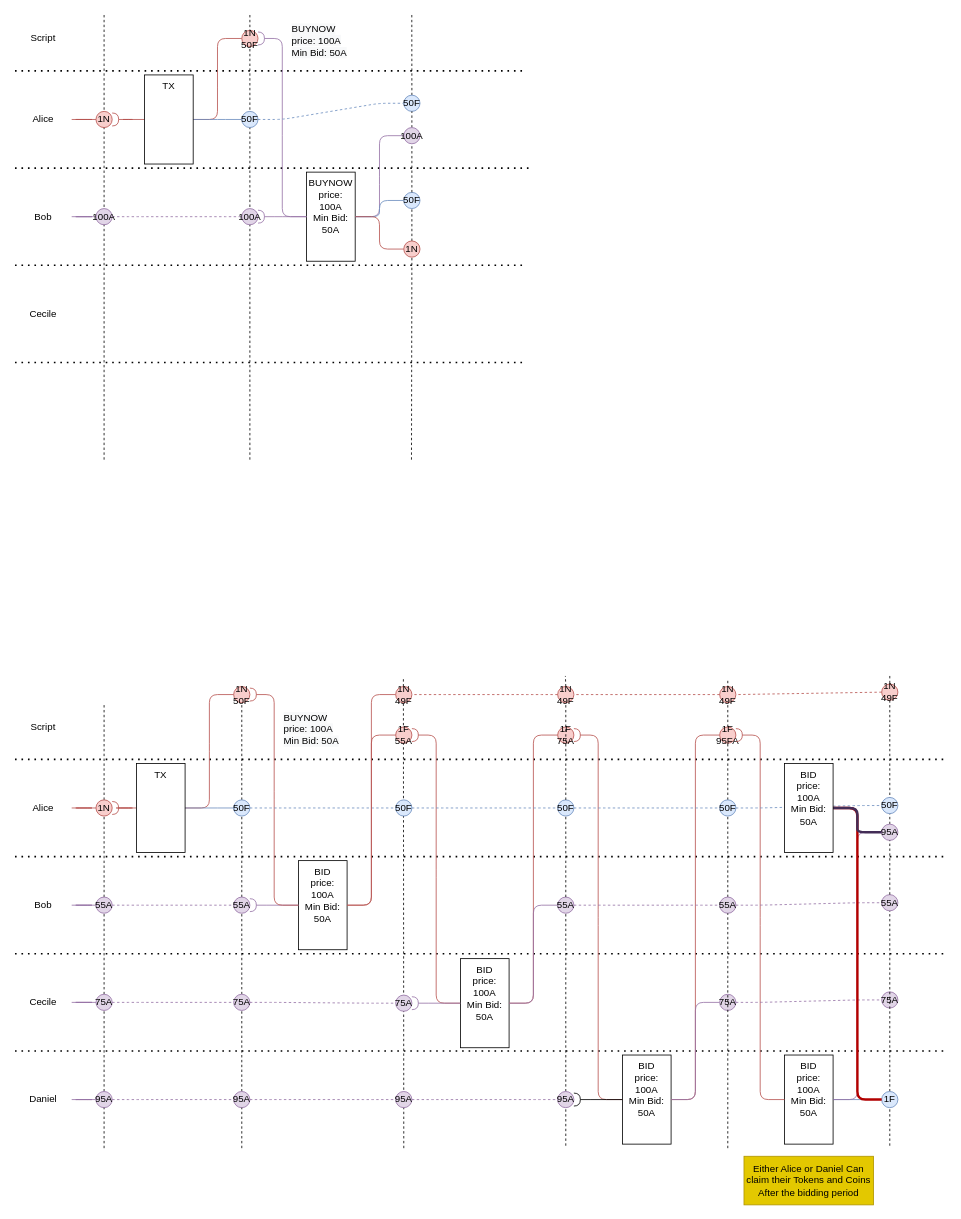
Above: diagrams/AuctionExample.drawio in ilap/ShelleyStuffs (draw.io), before the change. Source tidied: cells renumbered, new cells numbered last; positions are measured from the earlier drawing's top-left corner, leaving out a move shared by most shapes. Both pictures are drawn from the tidied source at 81%, with x=0, y=0 at pixel (15, 14).
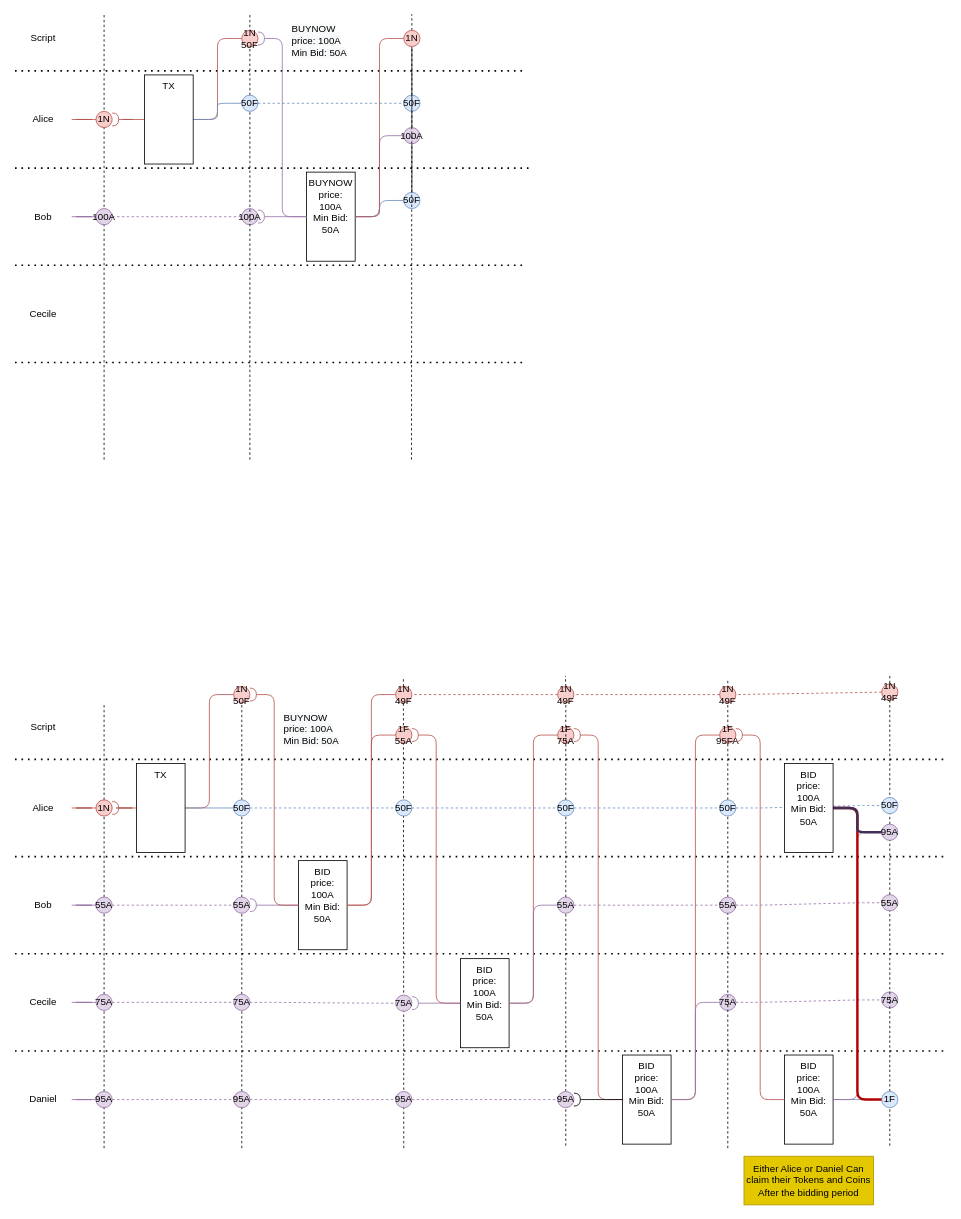
After the change.

The change refers to these unchanged cells:
```xml
<mxCell id="35" value="50F" style="ellipse;fillColor=#dae8fc;strokeColor=#6c8ebf;whiteSpace=wrap;html=1;fontColor=default;verticalAlign=middle;" parent="1" vertex="1">
  <mxGeometry x="480" y="100" width="20" height="20" as="geometry" />
</mxCell>
```

The edit, as a diff of the source:
```diff
@@
-    <mxCell id="4" style="endArrow=none;dashed=1;html=1;rounded=0;startArrow=none;" parent="1" edge="1" source="35">
+    <mxCell id="4" style="endArrow=none;dashed=1;html=1;rounded=0;startArrow=none;" parent="1" edge="1" source="41">
       <mxGeometry relative="1" as="geometry">
         <mxPoint x="489.9" as="targetPoint" />
       </mxGeometry>
     </mxCell>
-    <mxCell id="5" style="endArrow=none;dashed=1;html=1;rounded=0;" parent="1" edge="1">
+    <mxCell id="5" style="endArrow=none;dashed=1;html=1;rounded=0;startArrow=none;" parent="1" edge="1" source="21">
       <mxGeometry relative="1" as="geometry">
-        <mxPoint x="290" y="550" as="sourcePoint" />
         <mxPoint x="290" as="targetPoint" />
       </mxGeometry>
     </mxCell>
@@
-    <mxCell id="21" value="50F" style="ellipse;fillColor=#dae8fc;strokeColor=#6c8ebf;whiteSpace=wrap;html=1;fontColor=default;verticalAlign=middle;" parent="1" vertex="1">
-      <mxGeometry x="280" y="120" width="20" height="20" as="geometry" />
-    </mxCell>
@@
-    <mxCell id="41" value="1N" style="ellipse;whiteSpace=wrap;html=1;fillColor=#f8cecc;strokeColor=#b85450;" parent="1" vertex="1">
-      <mxGeometry x="480" y="280" width="20" height="20" as="geometry" />
-    </mxCell>
@@
+    <mxCell id="41" value="1N" style="ellipse;whiteSpace=wrap;html=1;fillColor=#f8cecc;strokeColor=#b85450;" parent="1" vertex="1">
+      <mxGeometry x="480" y="20" width="20" height="20" as="geometry" />
+    </mxCell>
+    <mxCell id="147" style="endArrow=none;dashed=1;html=1;rounded=0;startArrow=none;" parent="1" edge="1" source="35" target="41">
+      <mxGeometry relative="1" as="geometry" />
+    </mxCell>
+    <mxCell id="21" value="50F" style="ellipse;fillColor=#dae8fc;strokeColor=#6c8ebf;whiteSpace=wrap;html=1;fontColor=default;verticalAlign=middle;" parent="1" vertex="1">
+      <mxGeometry x="280" y="100" width="20" height="20" as="geometry" />
+    </mxCell>
+    <mxCell id="148" style="endArrow=none;dashed=1;html=1;rounded=0;" parent="1" edge="1" target="21">
+      <mxGeometry relative="1" as="geometry">
+        <mxPoint x="290" y="550" as="sourcePoint" />
+      </mxGeometry>
+    </mxCell>
```
